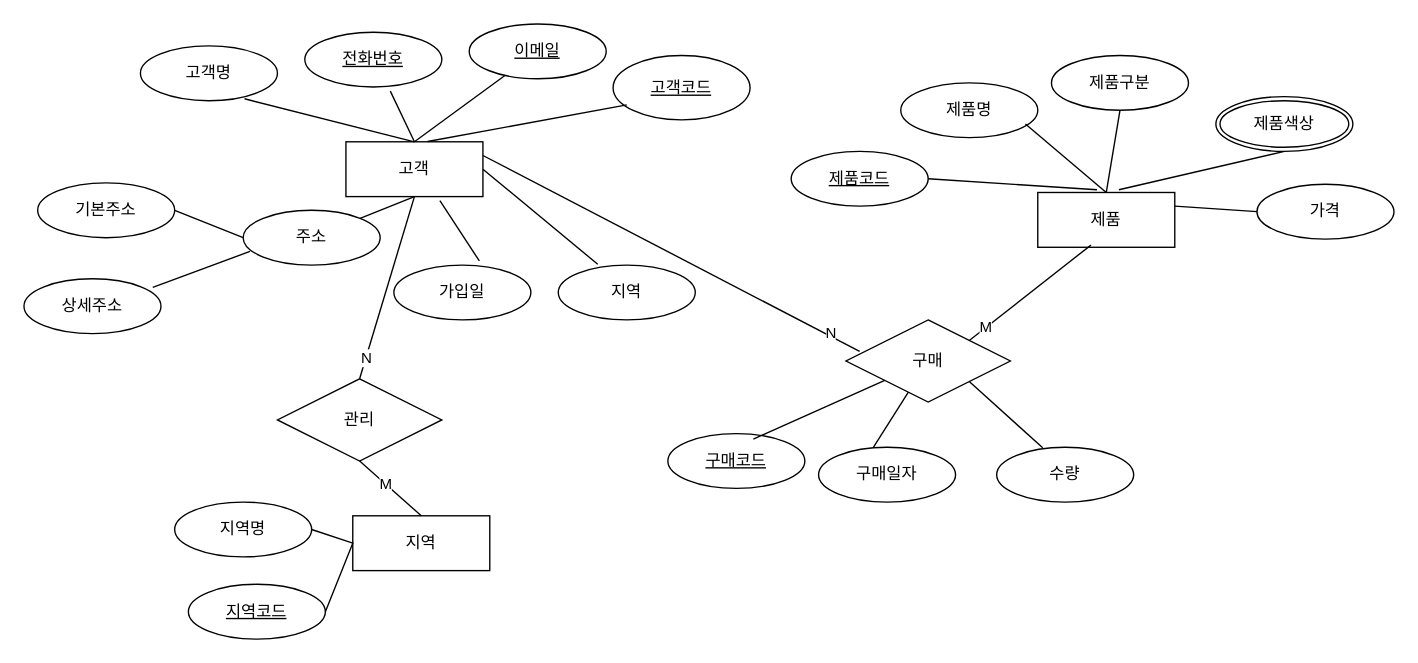
sunyoung-toone/ERD_study keeps this draw.io diagram as page "페이지-2" (1 of 2) of 제목 없는 다이어그램.drawio. Above is the earlier version. Source tidied: cells renumbered, new cells numbered last; positions are measured from the earlier drawing's top-left corner, leaving out a move shared by most shapes. Both pictures are drawn from the tidied source at 137%, with x=0, y=0 at pixel (23, 23).
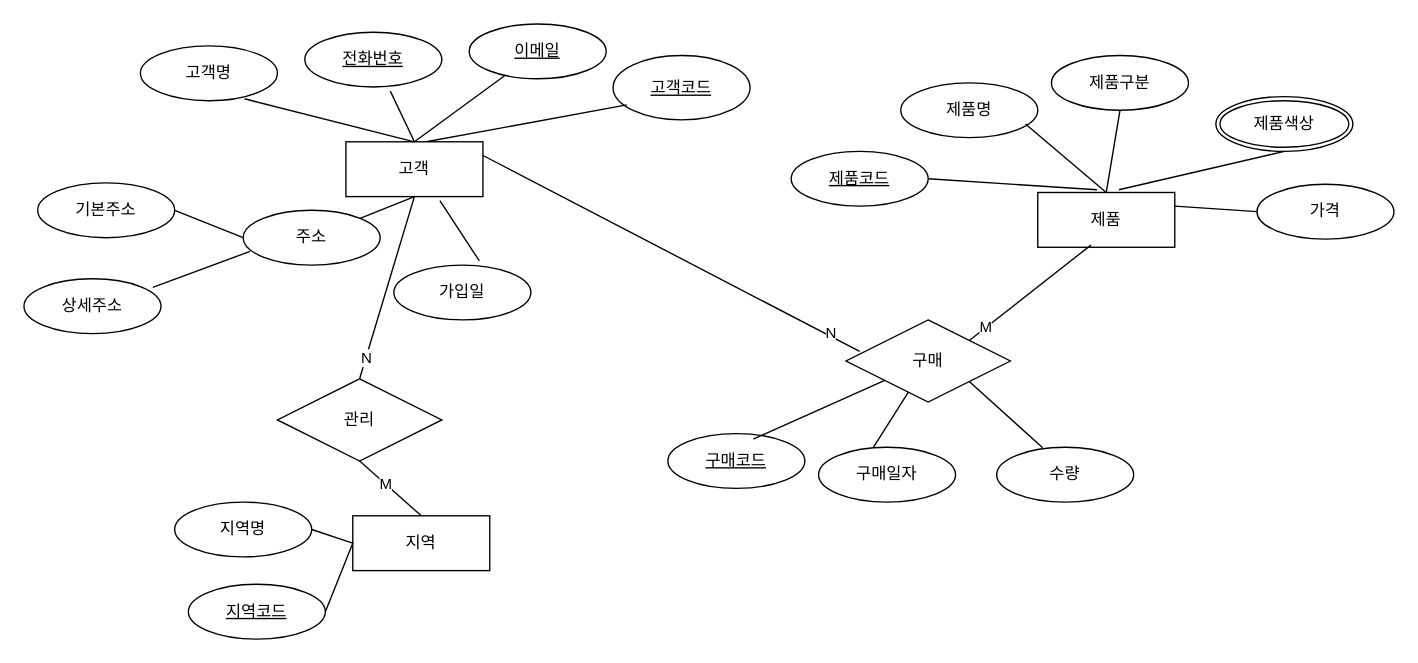
The same page after the edit.

Commit message:
제목 없는 다이어그램.drawio 업데이트

Unchanged cells that the change refers to:
```xml
<mxCell id="2" value="고객" style="whiteSpace=wrap;html=1;align=center;" parent="1" vertex="1">
  <mxGeometry x="235" y="86" width="100" height="40" as="geometry" />
</mxCell>
```

The edit, as a diff of the source:
```diff
@@
-    <mxCell id="19" value="지역" style="ellipse;whiteSpace=wrap;html=1;align=center;" parent="1" vertex="1">
-      <mxGeometry x="390" y="176" width="100" height="40" as="geometry" />
-    </mxCell>
-    <mxCell id="20" style="endArrow=none;html=1;rounded=0;entryX=1;entryY=0.5;entryDx=0;entryDy=0;exitX=0.288;exitY=-0.015;exitDx=0;exitDy=0;exitPerimeter=0;" parent="1" edge="1" source="19" target="2">
-      <mxGeometry relative="1" as="geometry" />
-    </mxCell>
```
